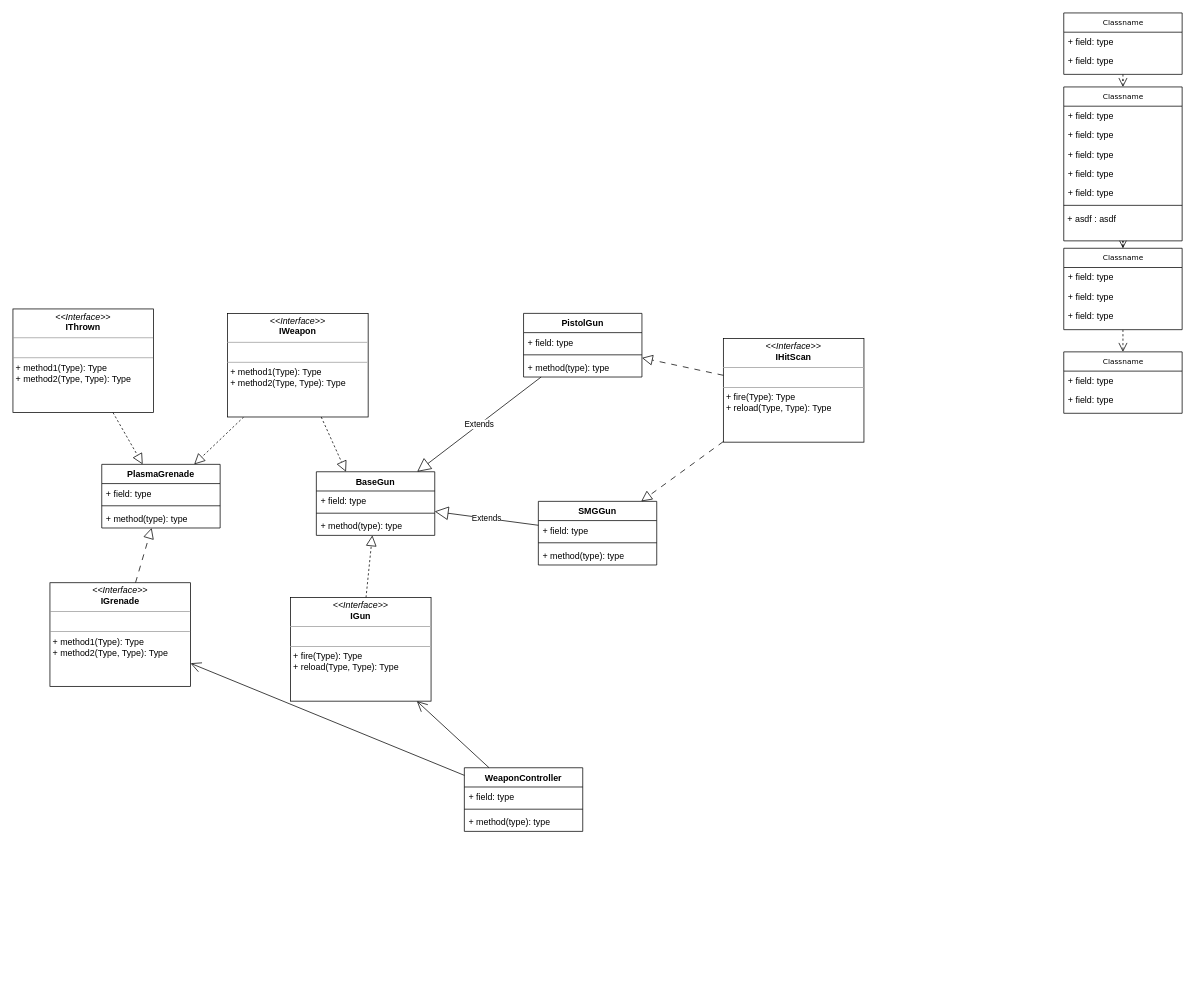
dana-jadzia/SGD213_Task-2-Wiki keeps this draw.io diagram as Untitled Diagram.drawio. Above is the earlier version. Source tidied: cells renumbered, new cells numbered last; positions are measured from the earlier drawing's top-left corner, leaving out a move shared by most shapes. Both pictures are drawn from the tidied source at 74%, with x=0, y=0 at pixel (13, 13).
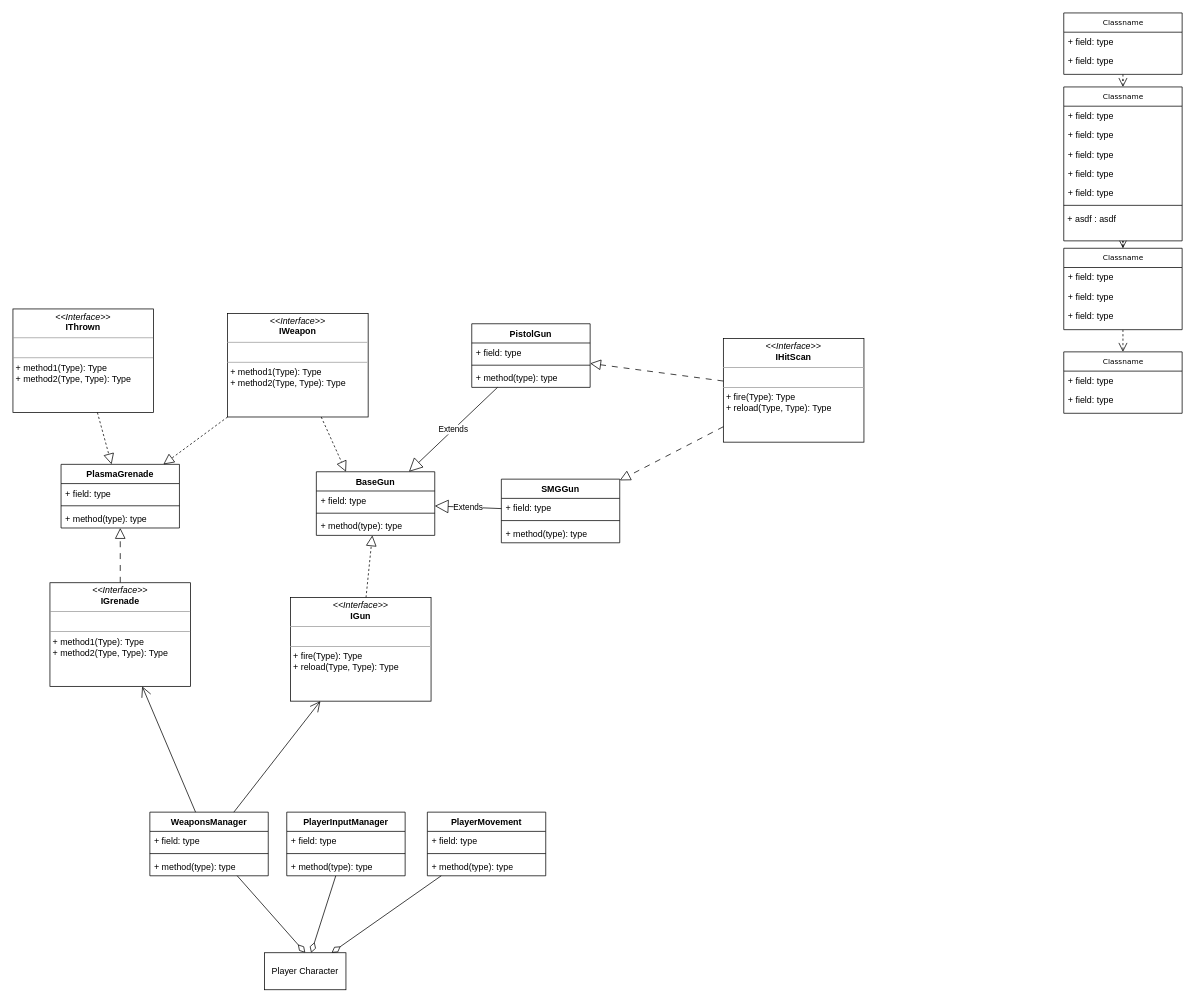
After the change.

The edit, as a diff of the source:
```diff
@@
+    <mxCell id="59" style="rounded=0;jettySize=auto;html=1;entryX=0.5;entryY=0;entryDx=0;entryDy=0;endArrow=diamondThin;endFill=0;startSize=6;endSize=12;" parent="1" edge="1" source="23" target="64">
+      <mxGeometry relative="1" as="geometry" />
+    </mxCell>
-    <mxCell id="23" value="WeaponController" style="swimlane;fontStyle=1;align=center;verticalAlign=top;horizontal=1;startSize=26;whiteSpace=wrap;html=1;" parent="1" vertex="1">
-      <mxGeometry x="610" y="1020" width="160" height="86" as="geometry" />
+    <mxCell id="23" value="WeaponsManager" style="swimlane;fontStyle=1;align=center;verticalAlign=top;horizontal=1;startSize=26;whiteSpace=wrap;html=1;" parent="1" vertex="1">
+      <mxGeometry x="185" y="1080" width="160" height="86" as="geometry" />
     </mxCell>
@@
     <mxCell id="28" value="SMGGun" style="swimlane;fontStyle=1;align=center;verticalAlign=top;horizontal=1;startSize=26;whiteSpace=wrap;html=1;" parent="1" vertex="1">
-      <mxGeometry x="710" y="660" width="160" height="86" as="geometry" />
+      <mxGeometry x="660" y="630" width="160" height="86" as="geometry" />
     </mxCell>
@@
     <mxCell id="32" value="PistolGun" style="swimlane;fontStyle=1;align=center;verticalAlign=top;horizontal=1;startSize=26;whiteSpace=wrap;html=1;" parent="1" vertex="1">
-      <mxGeometry x="690" y="406" width="160" height="86" as="geometry" />
+      <mxGeometry x="620" y="420" width="160" height="86" as="geometry" />
     </mxCell>
@@
     <mxCell id="43" value="PlasmaGrenade" style="swimlane;fontStyle=1;align=center;verticalAlign=top;horizontal=1;startSize=26;whiteSpace=wrap;html=1;" parent="1" vertex="1">
-      <mxGeometry x="120" y="610" width="160" height="86" as="geometry" />
+      <mxGeometry x="65" y="610" width="160" height="86" as="geometry" />
     </mxCell>
@@
+    <mxCell id="60" value="PlayerInputManager" style="swimlane;fontStyle=1;align=center;verticalAlign=top;horizontal=1;startSize=26;whiteSpace=wrap;html=1;" parent="1" vertex="1">
+      <mxGeometry x="370" y="1080" width="160" height="86" as="geometry" />
+    </mxCell>
+    <mxCell id="61" value="+ field: type" style="text;strokeColor=none;fillColor=none;align=left;verticalAlign=top;spacingLeft=4;spacingRight=4;overflow=hidden;whiteSpace=wrap;html=1;" parent="60" vertex="1">
+      <mxGeometry y="26" width="160" height="26" as="geometry" />
+    </mxCell>
+    <mxCell id="62" style="line;strokeWidth=1;fillColor=none;align=left;verticalAlign=middle;spacingTop=-1;spacingLeft=3;spacingRight=3;labelPosition=right;strokeColor=inherit;" parent="60" vertex="1">
+      <mxGeometry y="52" width="160" height="8" as="geometry" />
+    </mxCell>
+    <mxCell id="63" value="+ method(type): type" style="text;strokeColor=none;fillColor=none;align=left;verticalAlign=top;spacingLeft=4;spacingRight=4;overflow=hidden;whiteSpace=wrap;html=1;" parent="60" vertex="1">
+      <mxGeometry y="60" width="160" height="26" as="geometry" />
+    </mxCell>
+    <mxCell id="64" value="Player Character" style="html=1;whiteSpace=wrap;" parent="1" vertex="1">
+      <mxGeometry x="340" y="1270" width="110" height="50" as="geometry" />
+    </mxCell>
+    <mxCell id="65" style="rounded=0;jettySize=auto;html=1;endArrow=diamondThin;endFill=0;startSize=6;endSize=12;" parent="1" edge="1" source="60" target="64">
+      <mxGeometry relative="1" as="geometry" />
+    </mxCell>
+    <mxCell id="66" value="PlayerMovement" style="swimlane;fontStyle=1;align=center;verticalAlign=top;horizontal=1;startSize=26;whiteSpace=wrap;html=1;" parent="1" vertex="1">
+      <mxGeometry x="560" y="1080" width="160" height="86" as="geometry" />
+    </mxCell>
+    <mxCell id="67" value="+ field: type" style="text;strokeColor=none;fillColor=none;align=left;verticalAlign=top;spacingLeft=4;spacingRight=4;overflow=hidden;whiteSpace=wrap;html=1;" parent="66" vertex="1">
+      <mxGeometry y="26" width="160" height="26" as="geometry" />
+    </mxCell>
+    <mxCell id="68" style="line;strokeWidth=1;fillColor=none;align=left;verticalAlign=middle;spacingTop=-1;spacingLeft=3;spacingRight=3;labelPosition=right;strokeColor=inherit;" parent="66" vertex="1">
+      <mxGeometry y="52" width="160" height="8" as="geometry" />
+    </mxCell>
+    <mxCell id="69" value="+ method(type): type" style="text;strokeColor=none;fillColor=none;align=left;verticalAlign=top;spacingLeft=4;spacingRight=4;overflow=hidden;whiteSpace=wrap;html=1;" parent="66" vertex="1">
+      <mxGeometry y="60" width="160" height="26" as="geometry" />
+    </mxCell>
+    <mxCell id="70" style="rounded=0;jettySize=auto;html=1;endArrow=diamondThin;endFill=0;startSize=6;endSize=12;" parent="1" edge="1" source="66" target="64">
+      <mxGeometry relative="1" as="geometry" />
+    </mxCell>
```
